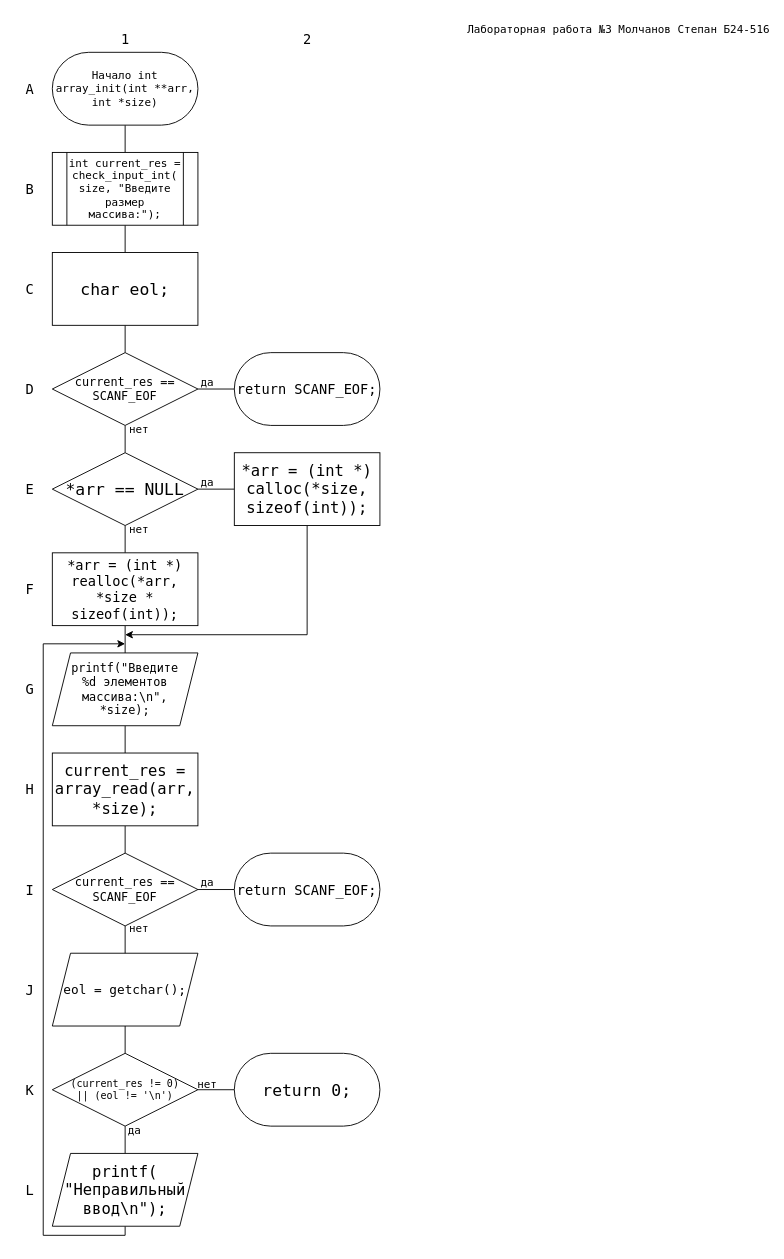
molchanov71/MEPhIflowcharts keeps this draw.io diagram as page "array_init" (2 of 7) of lab3.drawio. Above is the earlier version. Source tidied: cells renumbered, new cells numbered last; positions are measured from the earlier drawing's top-left corner, leaving out a move shared by most shapes. Both pictures are drawn from the tidied source at 91%, with x=0, y=0 at pixel (15, 15).
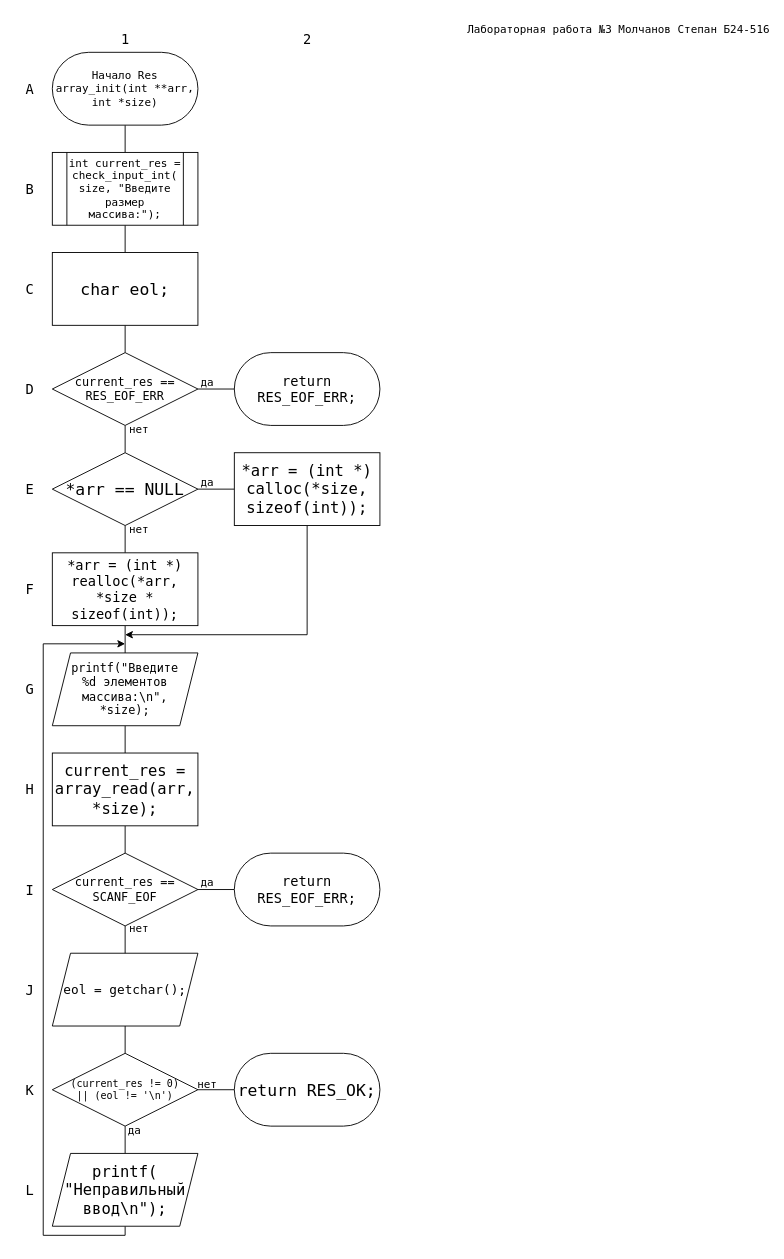
After the change.

Diff of the diagram source:
```diff
@@
-    <mxCell id="3" value="&lt;font face=&quot;Lucida Console&quot;&gt;Начало int array_init(int **arr, int *size)&lt;/font&gt;" style="rounded=1;whiteSpace=wrap;html=1;arcSize=50;" parent="1" vertex="1">
+    <mxCell id="3" value="&lt;font face=&quot;Lucida Console&quot;&gt;Начало Res array_init(int **arr, int *size)&lt;/font&gt;" style="rounded=1;whiteSpace=wrap;html=1;arcSize=50;" parent="1" vertex="1">
       <mxGeometry x="40" y="40" width="160" height="80" as="geometry" />
     </mxCell>
@@
-    <mxCell id="10" value="&lt;font style=&quot;font-size: 13px;&quot; face=&quot;Lucida Console&quot;&gt;current_res == SCANF_EOF&lt;/font&gt;" style="rhombus;whiteSpace=wrap;html=1;" parent="1" vertex="1">
+    <mxCell id="10" value="&lt;font style=&quot;font-size: 13px;&quot; face=&quot;Lucida Console&quot;&gt;current_res == RES_EOF_ERR&lt;/font&gt;" style="rhombus;whiteSpace=wrap;html=1;" parent="1" vertex="1">
       <mxGeometry x="40" y="370" width="160" height="80" as="geometry" />
     </mxCell>
-    <mxCell id="11" value="&lt;font style=&quot;font-size: 15px;&quot; face=&quot;Lucida Console&quot;&gt;return SCANF_EOF;&lt;/font&gt;" style="rounded=1;whiteSpace=wrap;html=1;arcSize=50;" parent="1" vertex="1">
+    <mxCell id="11" value="&lt;font style=&quot;font-size: 15px;&quot; face=&quot;Lucida Console&quot;&gt;return RES_EOF_ERR;&lt;/font&gt;" style="rounded=1;whiteSpace=wrap;html=1;arcSize=50;" parent="1" vertex="1">
       <mxGeometry x="240" y="370" width="160" height="80" as="geometry" />
     </mxCell>
@@
-    <mxCell id="28" value="&lt;font style=&quot;font-size: 15px;&quot; face=&quot;Lucida Console&quot;&gt;return SCANF_EOF;&lt;/font&gt;" style="rounded=1;whiteSpace=wrap;html=1;arcSize=50;" parent="1" vertex="1">
+    <mxCell id="28" value="&lt;font style=&quot;font-size: 15px;&quot; face=&quot;Lucida Console&quot;&gt;return RES_EOF_ERR;&lt;/font&gt;" style="rounded=1;whiteSpace=wrap;html=1;arcSize=50;" parent="1" vertex="1">
       <mxGeometry x="240" y="920" width="160" height="80" as="geometry" />
     </mxCell>
@@
-    <mxCell id="34" value="&lt;font style=&quot;font-size: 18px;&quot; face=&quot;Lucida Console&quot;&gt;return 0;&lt;/font&gt;" style="rounded=1;whiteSpace=wrap;html=1;arcSize=50;" parent="1" vertex="1">
+    <mxCell id="34" value="&lt;font style=&quot;font-size: 18px;&quot; face=&quot;Lucida Console&quot;&gt;return RES_OK;&lt;/font&gt;" style="rounded=1;whiteSpace=wrap;html=1;arcSize=50;" parent="1" vertex="1">
       <mxGeometry x="240" y="1140" width="160" height="80" as="geometry" />
     </mxCell>
```
